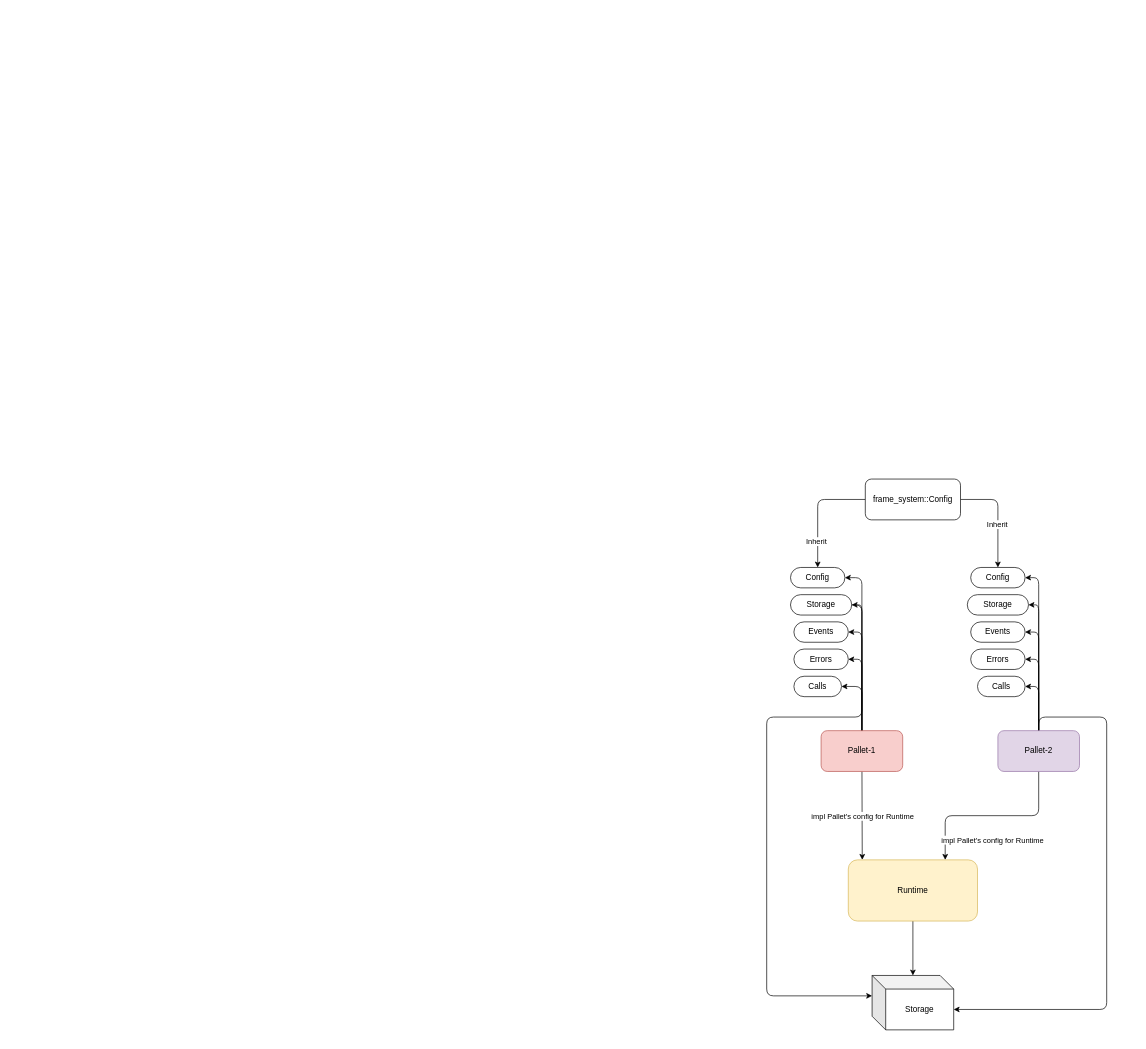
Before: page "Runtime Arch" (2 of 2) of img/substrate_learning.drawio in abhi3700/My_Learning_Substrate, a draw.io diagram. Source tidied: cells renumbered, new cells numbered last; positions are measured from the earlier drawing's top-left corner, leaving out a move shared by most shapes. Both pictures are drawn from the tidied source at 68%, with x=0, y=0 at pixel (766, 479).
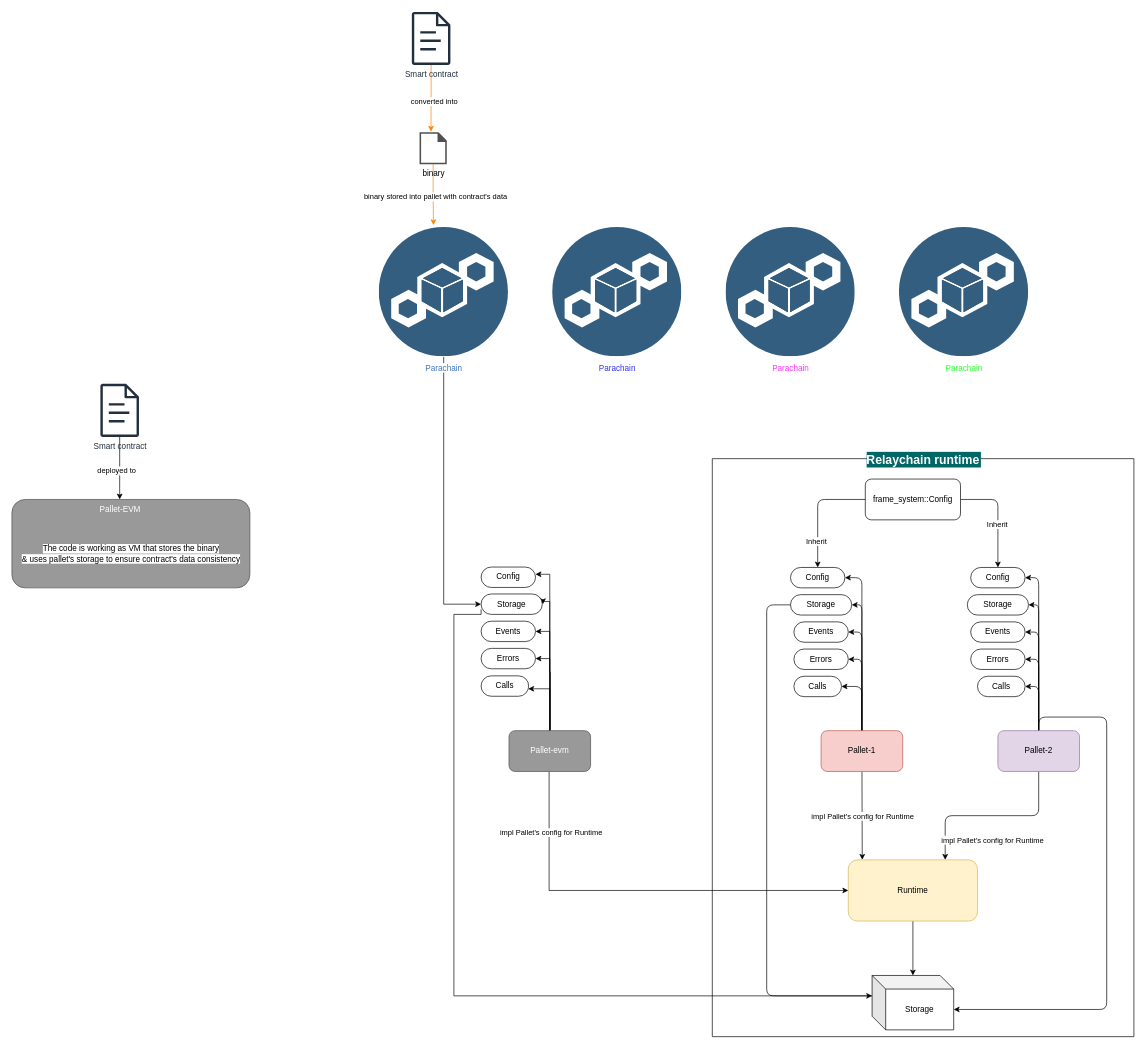
The same diagram, later.

Commit message (it also covers changes not shown here):
scaffolding, pallet vs SC, more notes added

Unchanged cells that the change refers to:
```xml
<mxCell id="13" value="Runtime" style="rounded=1;whiteSpace=wrap;html=1;fillColor=#fff2cc;strokeColor=#d6b656;" parent="1" vertex="1">
  <mxGeometry x="120" y="560" width="190" height="90" as="geometry" />
</mxCell>
<mxCell id="28" value="Storage" style="shape=cube;whiteSpace=wrap;html=1;boundedLbl=1;backgroundOutline=1;darkOpacity=0.05;darkOpacity2=0.1;rounded=1;" parent="1" vertex="1">
  <mxGeometry x="155" y="730" width="120" height="80" as="geometry" />
</mxCell>
<mxCell id="31" value="&lt;span style=&quot;font-weight: normal;&quot;&gt;Storage&lt;/span&gt;" style="whiteSpace=wrap;html=1;rounded=1;arcSize=50;align=center;verticalAlign=middle;strokeWidth=1;spacing=4;newEdgeStyle={&quot;edgeStyle&quot;:&quot;entityRelationEdgeStyle&quot;,&quot;startArrow&quot;:&quot;none&quot;,&quot;endArrow&quot;:&quot;none&quot;,&quot;segment&quot;:10,&quot;curved&quot;:1,&quot;sourcePerimeterSpacing&quot;:0,&quot;targetPerimeterSpacing&quot;:0};fontStyle=1;" parent="1" vertex="1">
  <mxGeometry x="35" y="170" width="90" height="30" as="geometry" />
</mxCell>
```

What changed in the source:
```diff
@@
     <mxCell id="7" style="edgeStyle=orthogonalEdgeStyle;rounded=1;html=1;entryX=0;entryY=0;entryDx=0;entryDy=30;entryPerimeter=0;startArrow=none;startFill=0;endArrow=classic;endFill=1;exitX=0;exitY=0.5;exitDx=0;exitDy=0;" parent="1" edge="1" source="31" target="28">
       <mxGeometry relative="1" as="geometry">
         <Array as="points">
-          <mxPoint x="140" y="185" />
-          <mxPoint x="140" y="350" />
-          <mxPoint y="350" />
+          <mxPoint y="185" />
           <mxPoint y="760" />
         </Array>
       </mxGeometry>
     </mxCell>
@@
+    <mxCell id="38" style="edgeStyle=orthogonalEdgeStyle;rounded=0;jettySize=auto;html=1;entryX=0;entryY=0.5;entryDx=0;entryDy=0;" parent="1" edge="1" source="39" target="63">
+      <mxGeometry relative="1" as="geometry" />
+    </mxCell>
+    <mxCell id="39" value="Parachain" style="image;perimeter=ellipsePerimeter;html=1;align=center;shadow=0;dashed=0;fontColor=#4277BB;labelBackgroundColor=default;fontSize=12;spacingTop=3;image=img/lib/ibm/blockchain/ledger.svg;imageBackground=default;" parent="1" vertex="1">
+      <mxGeometry x="-570" y="-370" width="190" height="190" as="geometry" />
+    </mxCell>
+    <mxCell id="40" value="Relaychain runtime" style="swimlane;startSize=0;fontSize=18;labelBackgroundColor=#006666;fontColor=#FFFFFF;" parent="1" vertex="1">
+      <mxGeometry x="-80" y="-30" width="620" height="850" as="geometry" />
+    </mxCell>
+    <mxCell id="41" value="&lt;font color=&quot;#3333ff&quot;&gt;Parachain&lt;/font&gt;" style="image;perimeter=ellipsePerimeter;html=1;align=center;shadow=0;dashed=0;fontColor=#EA6B66;labelBackgroundColor=default;fontSize=12;spacingTop=3;image=img/lib/ibm/blockchain/ledger.svg;imageBackground=default;" parent="1" vertex="1">
+      <mxGeometry x="-315" y="-370" width="190" height="190" as="geometry" />
+    </mxCell>
+    <mxCell id="42" value="Parachain" style="image;perimeter=ellipsePerimeter;html=1;align=center;shadow=0;dashed=0;fontColor=#FF33FF;labelBackgroundColor=default;fontSize=12;spacingTop=3;image=img/lib/ibm/blockchain/ledger.svg;imageBackground=default;" parent="1" vertex="1">
+      <mxGeometry x="-60" y="-370" width="190" height="190" as="geometry" />
+    </mxCell>
+    <mxCell id="43" value="Parachain" style="image;perimeter=ellipsePerimeter;html=1;align=center;shadow=0;dashed=0;fontColor=#33FF33;labelBackgroundColor=default;fontSize=12;spacingTop=3;image=img/lib/ibm/blockchain/ledger.svg;imageBackground=default;" parent="1" vertex="1">
+      <mxGeometry x="195" y="-370" width="190" height="190" as="geometry" />
+    </mxCell>
+    <mxCell id="44" style="edgeStyle=orthogonalEdgeStyle;rounded=0;jettySize=auto;html=1;entryX=0;entryY=0.5;entryDx=0;entryDy=0;" parent="1" edge="1" source="51" target="13">
+      <mxGeometry relative="1" as="geometry">
+        <Array as="points">
+          <mxPoint x="-320" y="605" />
+        </Array>
+      </mxGeometry>
+    </mxCell>
+    <mxCell id="45" value="impl Pallet's config for Runtime" style="edgeLabel;html=1;align=center;verticalAlign=middle;" parent="44" vertex="1">
+      <mxGeometry x="-0.71" y="2" relative="1" as="geometry" />
+    </mxCell>
+    <mxCell id="46" style="edgeStyle=orthogonalEdgeStyle;rounded=0;jettySize=auto;html=1;entryX=0.99;entryY=0.634;entryDx=0;entryDy=0;entryPerimeter=0;" parent="1" edge="1" source="51" target="58">
+      <mxGeometry relative="1" as="geometry" />
+    </mxCell>
+    <mxCell id="47" style="edgeStyle=orthogonalEdgeStyle;rounded=0;jettySize=auto;html=1;entryX=1;entryY=0.5;entryDx=0;entryDy=0;" parent="1" edge="1" source="51" target="60">
+      <mxGeometry relative="1" as="geometry">
+        <Array as="points">
+          <mxPoint x="-319" y="264" />
+        </Array>
+      </mxGeometry>
+    </mxCell>
+    <mxCell id="48" style="edgeStyle=orthogonalEdgeStyle;rounded=0;jettySize=auto;html=1;entryX=1;entryY=0.5;entryDx=0;entryDy=0;" parent="1" edge="1" source="51" target="59">
+      <mxGeometry relative="1" as="geometry">
+        <Array as="points">
+          <mxPoint x="-319" y="224" />
+        </Array>
+      </mxGeometry>
+    </mxCell>
+    <mxCell id="49" style="edgeStyle=orthogonalEdgeStyle;rounded=0;orthogonalLoop=1;jettySize=auto;html=1;entryX=1;entryY=0.5;entryDx=0;entryDy=0;" parent="1" edge="1">
+      <mxGeometry relative="1" as="geometry">
+        <mxPoint x="-318" y="370" as="sourcePoint" />
+        <mxPoint x="-329" y="184" as="targetPoint" />
+        <Array as="points">
+          <mxPoint x="-318" y="284" />
+          <mxPoint x="-319" y="284" />
+          <mxPoint x="-319" y="180" />
+          <mxPoint x="-329" y="180" />
+        </Array>
+      </mxGeometry>
+    </mxCell>
+    <mxCell id="50" style="edgeStyle=orthogonalEdgeStyle;rounded=0;jettySize=auto;html=1;entryX=1;entryY=0.353;entryDx=0;entryDy=0;entryPerimeter=0;" parent="1" edge="1" source="51" target="61">
+      <mxGeometry relative="1" as="geometry" />
+    </mxCell>
+    <mxCell id="51" value="&lt;font color=&quot;#ffffff&quot;&gt;Pallet-evm&lt;/font&gt;" style="whiteSpace=wrap;html=1;fillColor=#999999;strokeColor=#4D4D4D;rounded=1;" parent="1" vertex="1">
+      <mxGeometry x="-379" y="370" width="120" height="60" as="geometry" />
+    </mxCell>
+    <mxCell id="52" style="edgeStyle=orthogonalEdgeStyle;rounded=0;jettySize=auto;html=1;entryX=0.421;entryY=-0.018;entryDx=0;entryDy=0;entryPerimeter=0;strokeColor=#FF8000;" parent="1" edge="1" source="57" target="39">
+      <mxGeometry relative="1" as="geometry" />
+    </mxCell>
+    <mxCell id="53" value="binary stored into pallet with contract's data" style="edgeLabel;html=1;align=center;verticalAlign=middle;" parent="52" vertex="1">
+      <mxGeometry x="0.06" y="3" relative="1" as="geometry" />
+    </mxCell>
+    <mxCell id="54" value="Smart contract" style="sketch=0;outlineConnect=0;fontColor=#232F3E;gradientColor=none;fillColor=#232F3D;strokeColor=none;dashed=0;verticalLabelPosition=bottom;verticalAlign=top;align=center;html=1;fontSize=12;fontStyle=0;shape=mxgraph.aws4.document;" parent="1" vertex="1">
+      <mxGeometry x="-522" y="-687" width="57" height="78" as="geometry" />
+    </mxCell>
+    <mxCell id="55" style="edgeStyle=orthogonalEdgeStyle;rounded=0;jettySize=auto;html=1;entryX=0.421;entryY=-0.018;entryDx=0;entryDy=0;entryPerimeter=0;strokeColor=#FF8000;" parent="1" edge="1" source="54" target="57">
+      <mxGeometry relative="1" as="geometry" />
+    </mxCell>
+    <mxCell id="56" value="converted into" style="edgeLabel;html=1;align=center;verticalAlign=middle;" parent="55" vertex="1">
+      <mxGeometry x="0.09" y="4" relative="1" as="geometry" />
+    </mxCell>
+    <mxCell id="57" value="binary" style="sketch=0;shadow=0;dashed=0;html=1;strokeColor=none;fillColor=#505050;labelPosition=center;verticalLabelPosition=bottom;verticalAlign=top;outlineConnect=0;align=center;shape=mxgraph.office.concepts.document_blank;" parent="1" vertex="1">
+      <mxGeometry x="-510.5" y="-510" width="40" height="47" as="geometry" />
+    </mxCell>
+    <mxCell id="58" value="&lt;span style=&quot;font-weight: normal;&quot;&gt;Calls&lt;/span&gt;" style="whiteSpace=wrap;html=1;rounded=1;arcSize=50;align=center;verticalAlign=middle;strokeWidth=1;spacing=4;newEdgeStyle={&quot;edgeStyle&quot;:&quot;entityRelationEdgeStyle&quot;,&quot;startArrow&quot;:&quot;none&quot;,&quot;endArrow&quot;:&quot;none&quot;,&quot;segment&quot;:10,&quot;curved&quot;:1,&quot;sourcePerimeterSpacing&quot;:0,&quot;targetPerimeterSpacing&quot;:0};fontStyle=1;" parent="1" vertex="1">
+      <mxGeometry x="-420" y="289.4" width="70" height="30" as="geometry" />
+    </mxCell>
+    <mxCell id="59" value="Events" style="whiteSpace=wrap;html=1;rounded=1;arcSize=50;align=center;verticalAlign=middle;strokeWidth=1;spacing=4;newEdgeStyle={&quot;edgeStyle&quot;:&quot;entityRelationEdgeStyle&quot;,&quot;startArrow&quot;:&quot;none&quot;,&quot;endArrow&quot;:&quot;none&quot;,&quot;segment&quot;:10,&quot;curved&quot;:1,&quot;sourcePerimeterSpacing&quot;:0,&quot;targetPerimeterSpacing&quot;:0};" parent="1" vertex="1">
+      <mxGeometry x="-420" y="209" width="80" height="30" as="geometry" />
+    </mxCell>
+    <mxCell id="60" value="Errors" style="whiteSpace=wrap;html=1;rounded=1;arcSize=50;align=center;verticalAlign=middle;strokeWidth=1;spacing=4;newEdgeStyle={&quot;edgeStyle&quot;:&quot;entityRelationEdgeStyle&quot;,&quot;startArrow&quot;:&quot;none&quot;,&quot;endArrow&quot;:&quot;none&quot;,&quot;segment&quot;:10,&quot;curved&quot;:1,&quot;sourcePerimeterSpacing&quot;:0,&quot;targetPerimeterSpacing&quot;:0};" parent="1" vertex="1">
+      <mxGeometry x="-420" y="249" width="80" height="30" as="geometry" />
+    </mxCell>
+    <mxCell id="61" value="Config" style="whiteSpace=wrap;html=1;rounded=1;arcSize=50;align=center;verticalAlign=middle;strokeWidth=1;spacing=4;newEdgeStyle={&quot;edgeStyle&quot;:&quot;entityRelationEdgeStyle&quot;,&quot;startArrow&quot;:&quot;none&quot;,&quot;endArrow&quot;:&quot;none&quot;,&quot;segment&quot;:10,&quot;curved&quot;:1,&quot;sourcePerimeterSpacing&quot;:0,&quot;targetPerimeterSpacing&quot;:0};" parent="1" vertex="1">
+      <mxGeometry x="-420" y="129.4" width="80" height="30" as="geometry" />
+    </mxCell>
+    <mxCell id="62" style="edgeStyle=orthogonalEdgeStyle;rounded=0;jettySize=auto;html=1;startArrow=none;endArrow=none;segment=10;sourcePerimeterSpacing=0;targetPerimeterSpacing=0;exitX=0;exitY=0.75;exitDx=0;exitDy=0;entryX=0;entryY=0;entryDx=0;entryDy=30;entryPerimeter=0;" parent="1" edge="1" source="63" target="28">
+      <mxGeometry relative="1" as="geometry">
+        <Array as="points">
+          <mxPoint x="-420" y="199" />
+          <mxPoint x="-460" y="199" />
+          <mxPoint x="-460" y="760" />
+        </Array>
+      </mxGeometry>
+    </mxCell>
+    <mxCell id="63" value="&lt;span style=&quot;font-weight: normal;&quot;&gt;Storage&lt;/span&gt;" style="whiteSpace=wrap;html=1;rounded=1;arcSize=50;align=center;verticalAlign=middle;strokeWidth=1;spacing=4;newEdgeStyle={&quot;edgeStyle&quot;:&quot;entityRelationEdgeStyle&quot;,&quot;startArrow&quot;:&quot;none&quot;,&quot;endArrow&quot;:&quot;none&quot;,&quot;segment&quot;:10,&quot;curved&quot;:1,&quot;sourcePerimeterSpacing&quot;:0,&quot;targetPerimeterSpacing&quot;:0};fontStyle=1;" parent="1" vertex="1">
+      <mxGeometry x="-420" y="169" width="90" height="30" as="geometry" />
+    </mxCell>
+    <mxCell id="64" style="edgeStyle=orthogonalEdgeStyle;rounded=0;jettySize=auto;html=1;" parent="1" edge="1" source="66" target="69">
+      <mxGeometry relative="1" as="geometry" />
+    </mxCell>
+    <mxCell id="65" value="deployed to" style="edgeLabel;html=1;align=center;verticalAlign=middle;" parent="64" vertex="1">
+      <mxGeometry x="0.09" y="-5" relative="1" as="geometry">
+        <mxPoint y="-1" as="offset" />
+      </mxGeometry>
+    </mxCell>
+    <mxCell id="66" value="Smart contract" style="sketch=0;outlineConnect=0;fontColor=#232F3E;gradientColor=none;fillColor=#232F3D;strokeColor=none;dashed=0;verticalLabelPosition=bottom;verticalAlign=top;align=center;html=1;fontSize=12;fontStyle=0;shape=mxgraph.aws4.document;" parent="1" vertex="1">
+      <mxGeometry x="-980" y="-140" width="57" height="78" as="geometry" />
+    </mxCell>
+    <mxCell id="67" style="group;" parent="1" vertex="1">
+      <mxGeometry x="-1110" y="30" width="350" height="130" as="geometry" />
+    </mxCell>
+    <mxCell id="68" style="whiteSpace=wrap;html=1;fillColor=#999999;strokeColor=#4D4D4D;rounded=1;" parent="67" vertex="1">
+      <mxGeometry width="350" height="130" as="geometry" />
+    </mxCell>
+    <mxCell id="69" value="&lt;font color=&quot;#ffffff&quot;&gt;Pallet-EVM&lt;/font&gt;" style="text;html=1;align=center;verticalAlign=middle;points=[];strokeColor=none;fillColor=none;" parent="67" vertex="1">
+      <mxGeometry x="118.5" width="80" height="30" as="geometry" />
+    </mxCell>
+    <mxCell id="70" value="&lt;span style=&quot;background-color: rgb(255, 255, 255);&quot;&gt;The code is working as VM that stores the binary &lt;br&gt;&amp;amp; uses pallet's storage to ensure contract's data consistency&lt;/span&gt;" style="text;html=1;align=center;verticalAlign=middle;strokeColor=none;fillColor=none;" parent="67" vertex="1">
+      <mxGeometry x="5" y="60" width="340" height="40" as="geometry" />
+    </mxCell>
```
